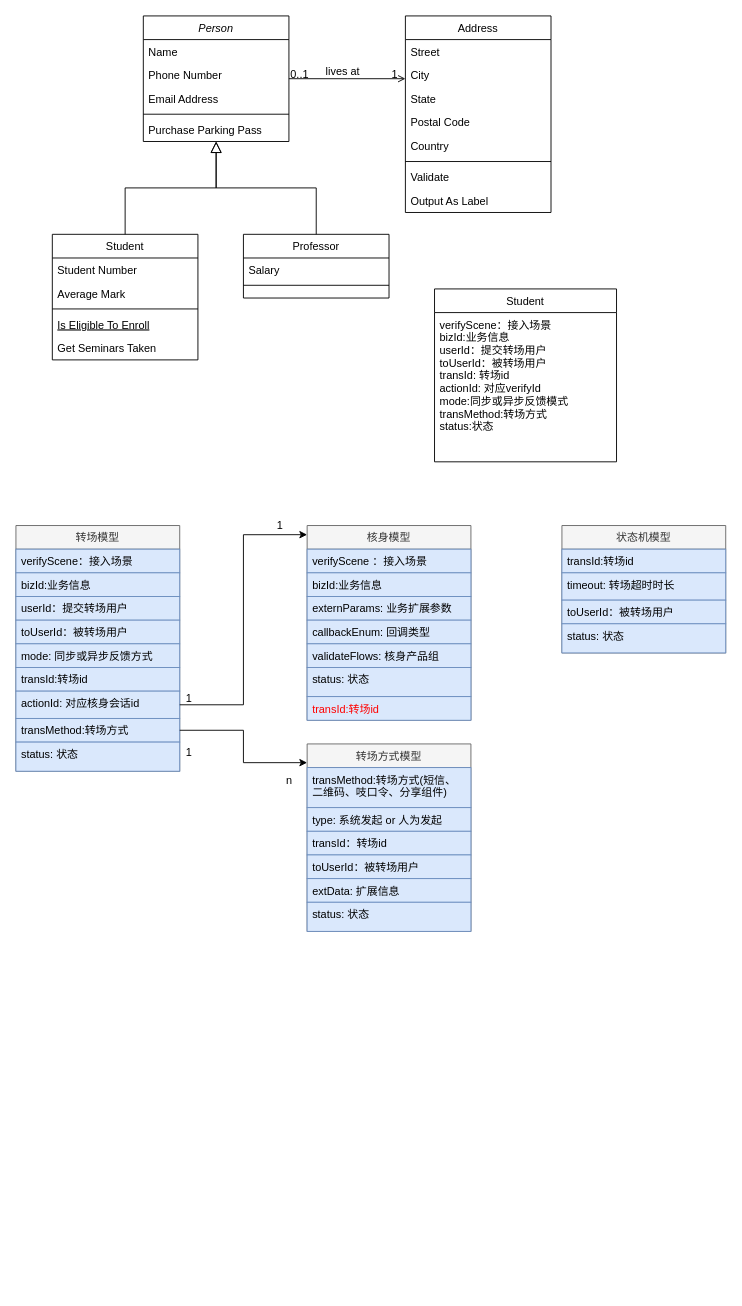
Earlier version of the draw.io diagram img/Untitled Diagram.drawio (Zhu-Renjie/ChineseNLP). Source tidied: cells renumbered, new cells numbered last; positions are measured from the earlier drawing's top-left corner, leaving out a move shared by most shapes. Both pictures are drawn from the tidied source at 91%, with x=0, y=0 at pixel (15, 15).
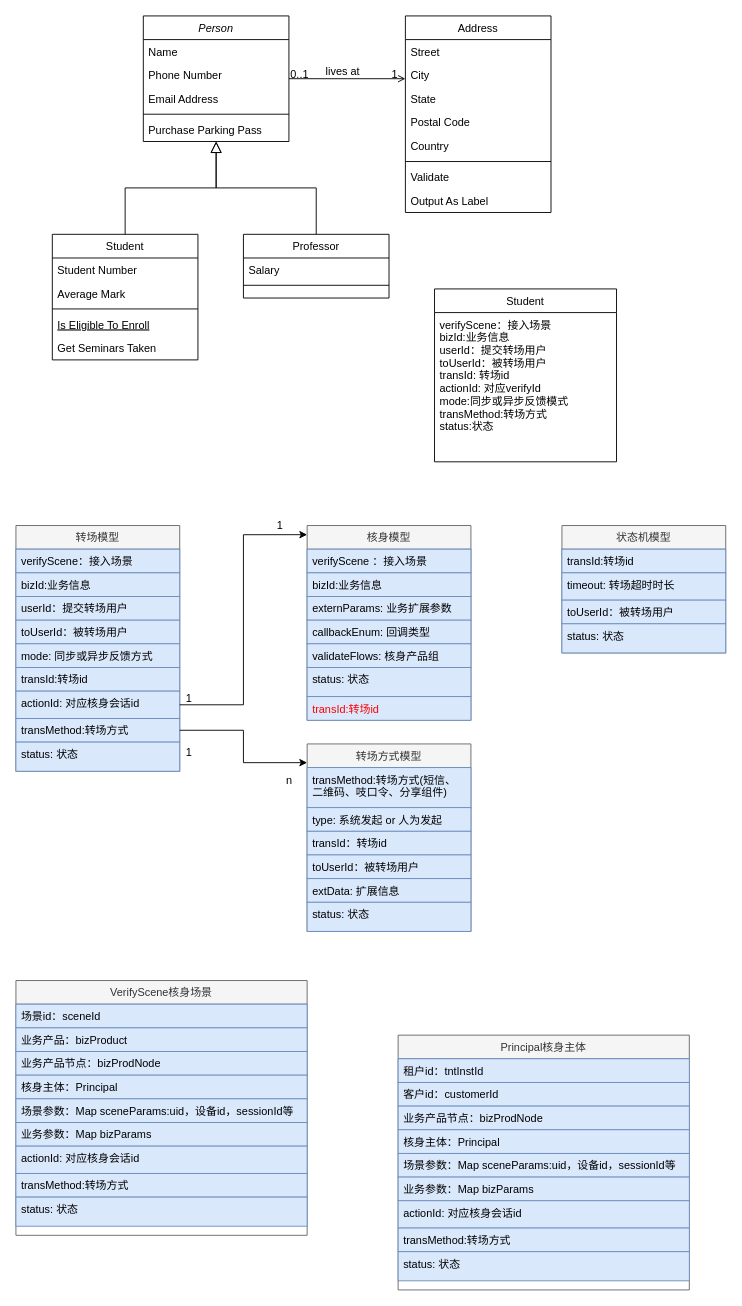
The same diagram, later.

Change to the diagram source:
```diff
@@
+    <mxCell id="70" value="VerifyScene核身场景" style="swimlane;fontStyle=0;align=center;verticalAlign=top;horizontal=1;startSize=26;rounded=0;shadow=0;strokeWidth=1;fillColor=#f5f5f5;strokeColor=#666666;fontColor=#333333;" parent="1" vertex="1">
+      <mxGeometry y="1060" width="320" height="280" as="geometry" />
+    </mxCell>
+    <mxCell id="71" value="场景id：sceneId" style="text;align=left;verticalAlign=top;spacingLeft=4;spacingRight=4;overflow=hidden;fillColor=#dae8fc;strokeColor=#6c8ebf;" parent="70" vertex="1">
+      <mxGeometry y="26" width="320" height="26" as="geometry" />
+    </mxCell>
+    <mxCell id="72" value="业务产品：bizProduct" style="text;align=left;verticalAlign=top;spacingLeft=4;spacingRight=4;overflow=hidden;rounded=0;shadow=0;html=0;fillColor=#dae8fc;strokeColor=#6c8ebf;" parent="70" vertex="1">
+      <mxGeometry y="52" width="320" height="26" as="geometry" />
+    </mxCell>
+    <mxCell id="73" value="业务产品节点：bizProdNode" style="text;align=left;verticalAlign=top;spacingLeft=4;spacingRight=4;overflow=hidden;rounded=0;shadow=0;html=0;fillColor=#dae8fc;strokeColor=#6c8ebf;" parent="70" vertex="1">
+      <mxGeometry y="78" width="320" height="26" as="geometry" />
+    </mxCell>
+    <mxCell id="74" value="核身主体：Principal" style="text;align=left;verticalAlign=top;spacingLeft=4;spacingRight=4;overflow=hidden;fillColor=#dae8fc;strokeColor=#6c8ebf;" parent="70" vertex="1">
+      <mxGeometry y="104" width="320" height="26" as="geometry" />
+    </mxCell>
+    <mxCell id="75" value="场景参数：Map sceneParams:uid，设备id，sessionId等" style="text;align=left;verticalAlign=top;spacingLeft=4;spacingRight=4;overflow=hidden;fillColor=#dae8fc;strokeColor=#6c8ebf;" parent="70" vertex="1">
+      <mxGeometry y="130" width="320" height="26" as="geometry" />
+    </mxCell>
+    <mxCell id="76" value="业务参数：Map bizParams" style="text;align=left;verticalAlign=top;spacingLeft=4;spacingRight=4;overflow=hidden;fillColor=#dae8fc;strokeColor=#6c8ebf;" parent="70" vertex="1">
+      <mxGeometry y="156" width="320" height="26" as="geometry" />
+    </mxCell>
+    <mxCell id="77" value="actionId: 对应核身会话id" style="text;align=left;verticalAlign=top;spacingLeft=4;spacingRight=4;overflow=hidden;fillColor=#dae8fc;strokeColor=#6c8ebf;" parent="70" vertex="1">
+      <mxGeometry y="182" width="320" height="30" as="geometry" />
+    </mxCell>
+    <mxCell id="78" value="transMethod:转场方式" style="text;align=left;verticalAlign=top;spacingLeft=4;spacingRight=4;overflow=hidden;fillColor=#dae8fc;strokeColor=#6c8ebf;" parent="70" vertex="1">
+      <mxGeometry y="212" width="320" height="26" as="geometry" />
+    </mxCell>
+    <mxCell id="79" value="status: 状态" style="text;align=left;verticalAlign=top;spacingLeft=4;spacingRight=4;overflow=hidden;fillColor=#dae8fc;strokeColor=#6c8ebf;" parent="70" vertex="1">
+      <mxGeometry y="238" width="320" height="32" as="geometry" />
+    </mxCell>
+    <mxCell id="80" value="Principal核身主体" style="swimlane;fontStyle=0;align=center;verticalAlign=top;horizontal=1;startSize=26;rounded=0;shadow=0;strokeWidth=1;fillColor=#f5f5f5;strokeColor=#666666;fontColor=#333333;" parent="1" vertex="1">
+      <mxGeometry x="420" y="1120" width="320" height="280" as="geometry" />
+    </mxCell>
+    <mxCell id="81" value="租户id：tntInstId" style="text;align=left;verticalAlign=top;spacingLeft=4;spacingRight=4;overflow=hidden;fillColor=#dae8fc;strokeColor=#6c8ebf;" parent="80" vertex="1">
+      <mxGeometry y="26" width="320" height="26" as="geometry" />
+    </mxCell>
+    <mxCell id="82" value="客户id：customerId" style="text;align=left;verticalAlign=top;spacingLeft=4;spacingRight=4;overflow=hidden;rounded=0;shadow=0;html=0;fillColor=#dae8fc;strokeColor=#6c8ebf;" parent="80" vertex="1">
+      <mxGeometry y="52" width="320" height="26" as="geometry" />
+    </mxCell>
+    <mxCell id="83" value="业务产品节点：bizProdNode" style="text;align=left;verticalAlign=top;spacingLeft=4;spacingRight=4;overflow=hidden;rounded=0;shadow=0;html=0;fillColor=#dae8fc;strokeColor=#6c8ebf;" parent="80" vertex="1">
+      <mxGeometry y="78" width="320" height="26" as="geometry" />
+    </mxCell>
+    <mxCell id="84" value="核身主体：Principal" style="text;align=left;verticalAlign=top;spacingLeft=4;spacingRight=4;overflow=hidden;fillColor=#dae8fc;strokeColor=#6c8ebf;" parent="80" vertex="1">
+      <mxGeometry y="104" width="320" height="26" as="geometry" />
+    </mxCell>
+    <mxCell id="85" value="场景参数：Map sceneParams:uid，设备id，sessionId等" style="text;align=left;verticalAlign=top;spacingLeft=4;spacingRight=4;overflow=hidden;fillColor=#dae8fc;strokeColor=#6c8ebf;" parent="80" vertex="1">
+      <mxGeometry y="130" width="320" height="26" as="geometry" />
+    </mxCell>
+    <mxCell id="86" value="业务参数：Map bizParams" style="text;align=left;verticalAlign=top;spacingLeft=4;spacingRight=4;overflow=hidden;fillColor=#dae8fc;strokeColor=#6c8ebf;" parent="80" vertex="1">
+      <mxGeometry y="156" width="320" height="26" as="geometry" />
+    </mxCell>
+    <mxCell id="87" value="actionId: 对应核身会话id" style="text;align=left;verticalAlign=top;spacingLeft=4;spacingRight=4;overflow=hidden;fillColor=#dae8fc;strokeColor=#6c8ebf;" parent="80" vertex="1">
+      <mxGeometry y="182" width="320" height="30" as="geometry" />
+    </mxCell>
+    <mxCell id="88" value="transMethod:转场方式" style="text;align=left;verticalAlign=top;spacingLeft=4;spacingRight=4;overflow=hidden;fillColor=#dae8fc;strokeColor=#6c8ebf;" parent="80" vertex="1">
+      <mxGeometry y="212" width="320" height="26" as="geometry" />
+    </mxCell>
+    <mxCell id="89" value="status: 状态" style="text;align=left;verticalAlign=top;spacingLeft=4;spacingRight=4;overflow=hidden;fillColor=#dae8fc;strokeColor=#6c8ebf;" parent="80" vertex="1">
+      <mxGeometry y="238" width="320" height="32" as="geometry" />
+    </mxCell>
```
